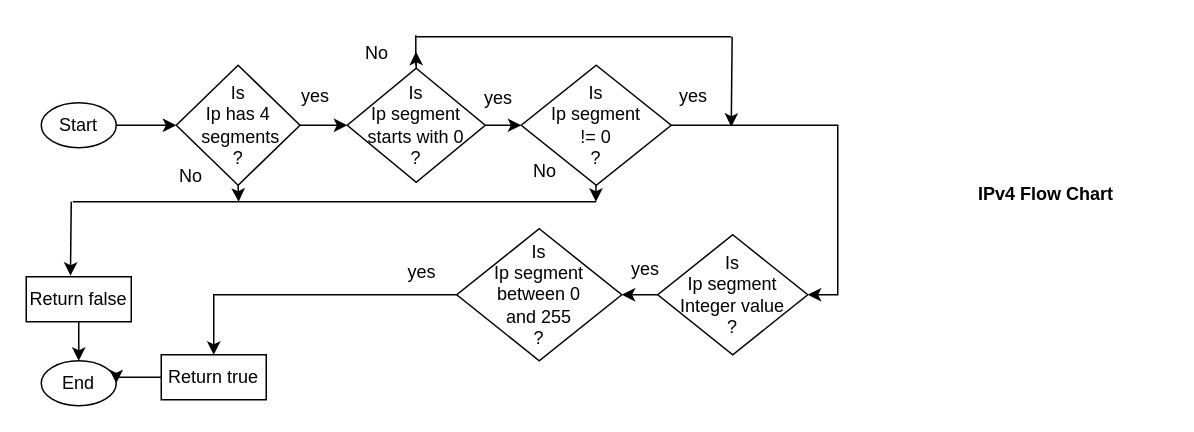
Before: flowChart/ipv4-flow-chart.drawio in poula22/the_chance_task-1, a draw.io diagram. Source tidied: cells renumbered, new cells numbered last; positions are measured from the earlier drawing's top-left corner, leaving out a move shared by most shapes. Both pictures are drawn from the tidied source at 150%, with x=0, y=0 at pixel (26, 34).
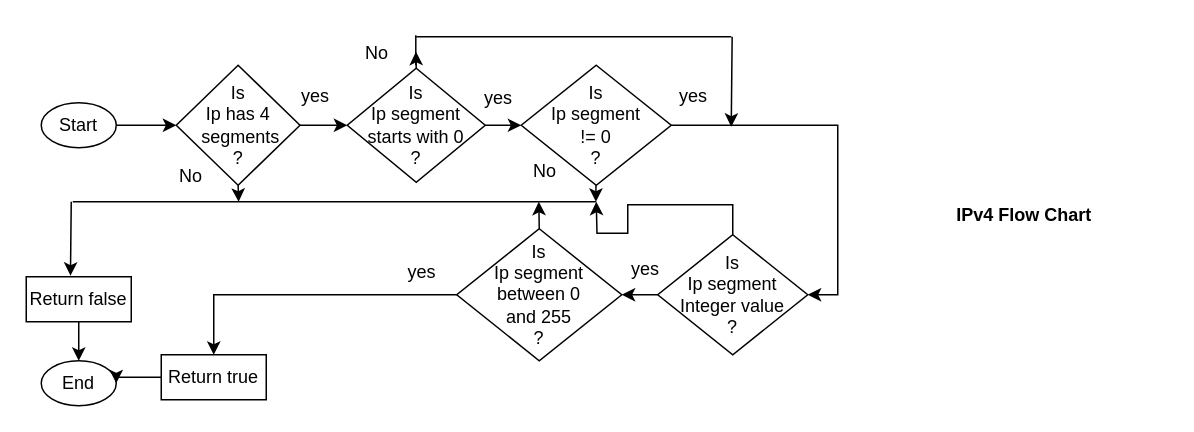
The same page after the edit.

Commit message:
Fix Ipv4 flow chart

The change refers to these unchanged cells:
```xml
<mxCell id="14" value="Is&lt;br&gt;Ip segment&lt;br&gt;Integer value&lt;br&gt;?" style="rhombus;whiteSpace=wrap;html=1;" parent="1" vertex="1">
  <mxGeometry x="421" y="133" width="100" height="80" as="geometry" />
</mxCell>
<mxCell id="18" value="Is&lt;br&gt;Ip segment&lt;br&gt;between 0&lt;br&gt;&amp;nbsp;and 255&amp;nbsp;&lt;br&gt;?" style="rhombus;whiteSpace=wrap;html=1;" parent="1" vertex="1">
  <mxGeometry x="287" y="129" width="110" height="88" as="geometry" />
</mxCell>
```

What changed in the source:
```diff
@@
+    <mxCell id="36" style="edgeStyle=orthogonalEdgeStyle;rounded=0;jettySize=auto;html=1;exitX=0.5;exitY=0;exitDx=0;exitDy=0;" parent="1" edge="1" source="14">
+      <mxGeometry relative="1" as="geometry">
+        <mxPoint x="380" y="111" as="targetPoint" />
+      </mxGeometry>
+    </mxCell>
@@
+    <mxCell id="37" style="edgeStyle=orthogonalEdgeStyle;rounded=0;jettySize=auto;html=1;exitX=0.5;exitY=0;exitDx=0;exitDy=0;" parent="1" edge="1" source="18">
+      <mxGeometry relative="1" as="geometry">
+        <mxPoint x="341.7" y="111" as="targetPoint" />
+      </mxGeometry>
+    </mxCell>
@@
     <mxCell id="35" value="&lt;b&gt;IPv4 Flow Chart&lt;/b&gt;" style="text;html=1;align=center;verticalAlign=middle;whiteSpace=wrap;rounded=0;" parent="1" vertex="1">
-      <mxGeometry x="620" y="80" width="120" height="51" as="geometry" />
+      <mxGeometry x="570" y="94" width="191" height="51" as="geometry" />
     </mxCell>
```
